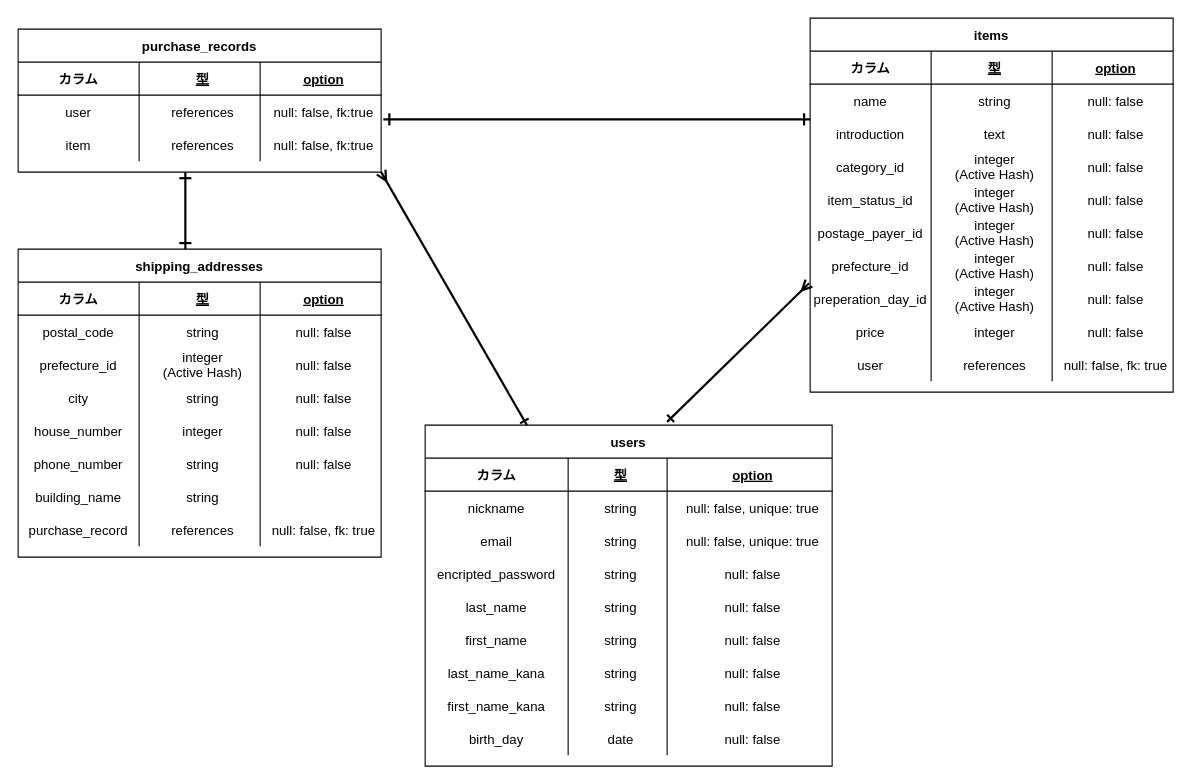
Before: ER.dio in hi-roto/furima-32883, a draw.io diagram. Source tidied: cells renumbered, new cells numbered last; positions are measured from the earlier drawing's top-left corner, leaving out a move shared by most shapes. Both pictures are drawn from the tidied source at 110%, with x=0, y=0 at pixel (18, 18).
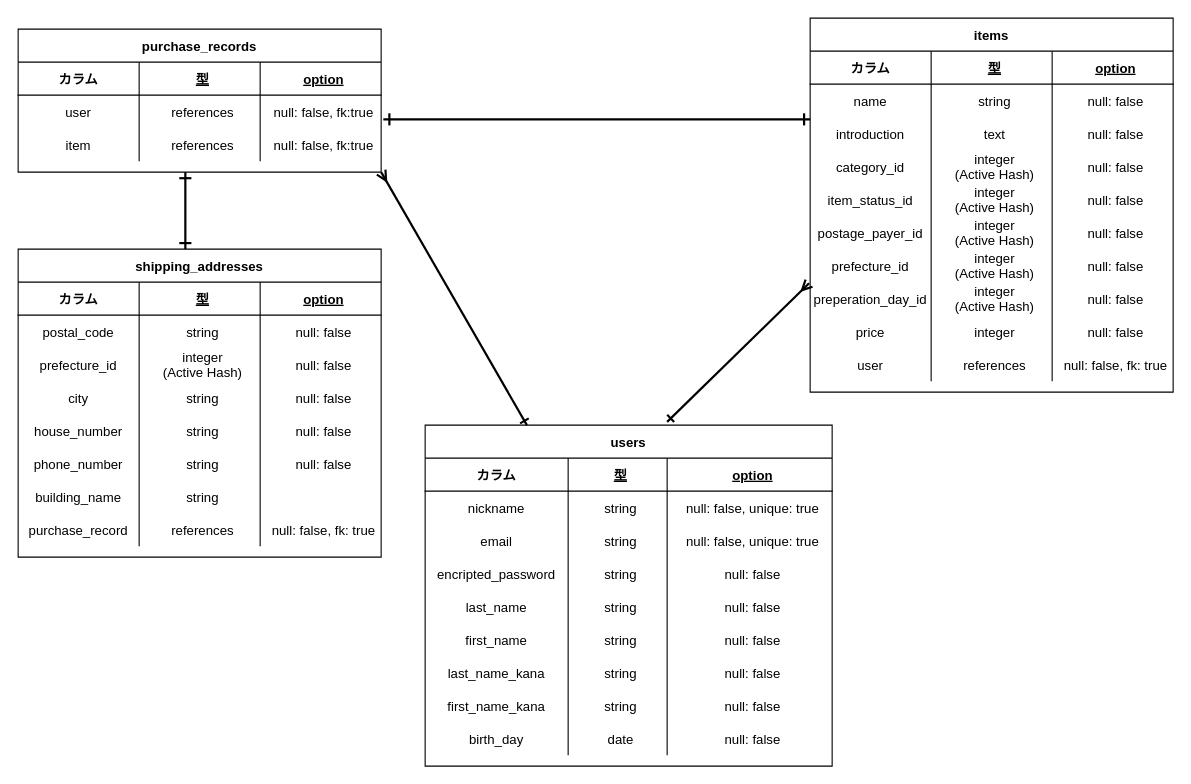
The same page after the edit.

Commit message (it also covers changes not shown here):
house_numberカラムの型名をstringに変更

The change refers to these unchanged cells:
```xml
<mxCell id="110" style="shape=partialRectangle;fillColor=none;top=0;left=0;bottom=0;right=0;" parent="93" vertex="1">
  <mxGeometry y="150" width="330" height="30" as="geometry" />
</mxCell>
```

What changed in the source:
```diff
@@
-    <mxCell id="112" value="integer" style="shape=partialRectangle;fillColor=none;top=0;left=0;bottom=0;right=0;align=center;spacingLeft=6;overflow=hidden;" parent="110" vertex="1">
+    <mxCell id="112" value="string" style="shape=partialRectangle;fillColor=none;top=0;left=0;bottom=0;right=0;align=center;spacingLeft=6;overflow=hidden;" parent="110" vertex="1">
       <mxGeometry x="110" width="110" height="30" as="geometry" />
     </mxCell>
```
